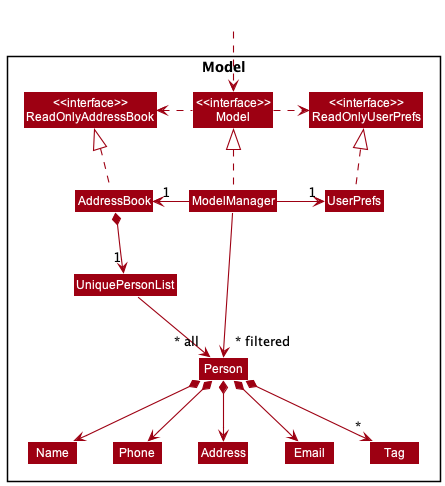
Before: docs/images/ModelClassDiagram.png, a diagram exported from PlantUML (nus-cs2103-AY2223S2/tp).
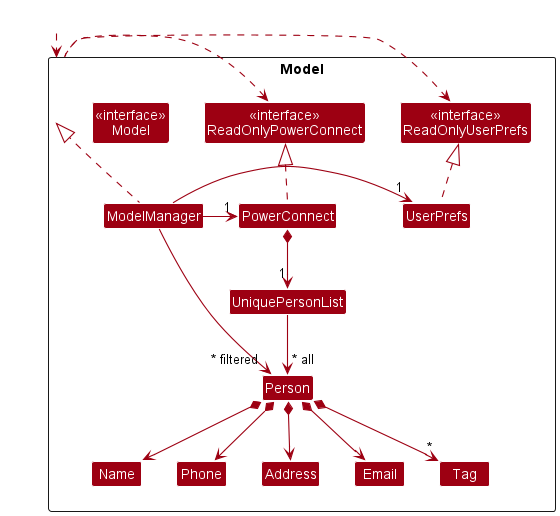
After the commit.

What changed in the source:
```diff
@@ -5,10 +5,10 @@
 skinparam classBackgroundColor MODEL_COLOR
 
 Package Model <<Rectangle>>{
-Class "<<interface>>\nReadOnlyAddressBook" as ReadOnlyAddressBook
+Class "<<interface>>\nReadOnlyPowerConnect" as ReadOnlyPowerConnect
 Class "<<interface>>\nReadOnlyUserPrefs" as ReadOnlyUserPrefs
 Class "<<interface>>\nModel" as Model
-Class AddressBook
+Class PowerConnect
 Class ModelManager
 Class UserPrefs
 
@@ -25,16 +25,16 @@
 Class HiddenOutside #FFFFFF
 HiddenOutside ..> Model
 
-AddressBook .up.|> ReadOnlyAddressBook
+PowerConnect .up.|> ReadOnlyPowerConnect
 
 ModelManager .up.|> Model
 Model .right.> ReadOnlyUserPrefs
-Model .left.> ReadOnlyAddressBook
-ModelManager -left-> "1" AddressBook
+Model .left.> ReadOnlyPowerConnect
+ModelManager -left-> "1" PowerConnect
 ModelManager -right-> "1" UserPrefs
 UserPrefs .up.|> ReadOnlyUserPrefs
 
-AddressBook *--> "1" UniquePersonList
+PowerConnect *--> "1" UniquePersonList
 UniquePersonList --> "~* all" Person
 Person *--> Name
 Person *--> Phone
```
